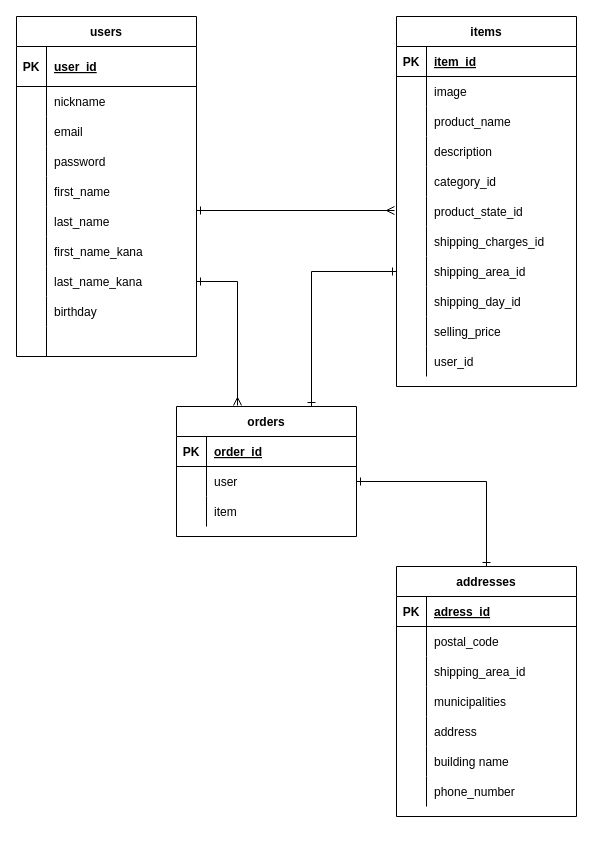
Before: page "ページ1" (1 of 2) of public/furima.dio in toshi-1009/furima-35041, a draw.io diagram. Source tidied: cells renumbered, new cells numbered last; positions are measured from the earlier drawing's top-left corner, leaving out a move shared by most shapes. Both pictures are drawn from the tidied source at 100%, with x=0, y=0 at pixel (16, 16).
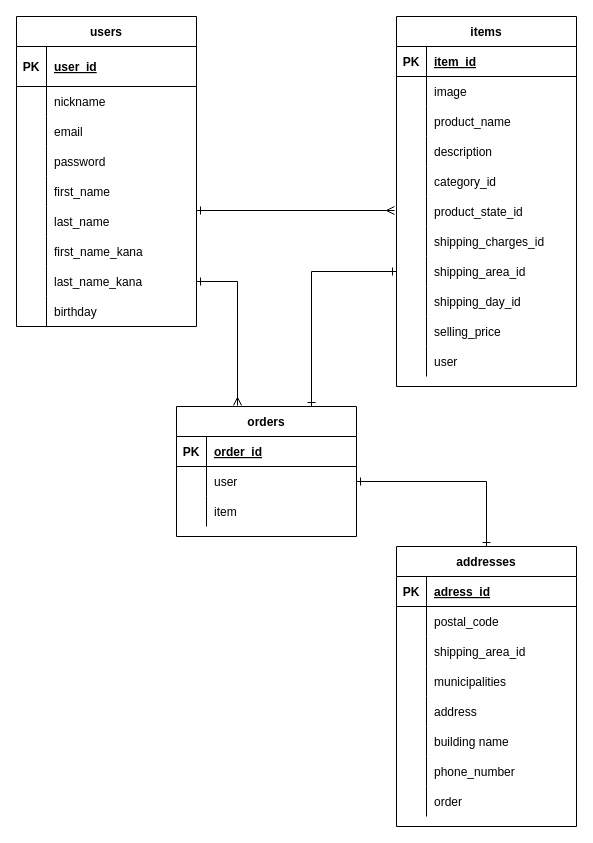
The same page after the edit.

The change refers to these unchanged cells:
```xml
<mxCell id="65" style="shape=partialRectangle;fillColor=none;top=0;left=0;bottom=0;right=0;" parent="34" vertex="1">
  <mxGeometry y="330" width="180" height="30" as="geometry" />
</mxCell>
```

Change to the diagram source:
```diff
@@
     <mxCell id="3" value="users" style="shape=table;startSize=30;childLayout=tableLayout;rowLines=0;fontStyle=1;align=center;" parent="1" vertex="1">
-      <mxGeometry width="180" height="340" as="geometry" />
+      <mxGeometry width="180" height="310" as="geometry" />
     </mxCell>
@@
-    <mxCell id="31" style="shape=partialRectangle;fillColor=none;top=0;left=0;bottom=0;right=0;" parent="3" vertex="1">
-      <mxGeometry y="310" width="180" height="30" as="geometry" />
-    </mxCell>
-    <mxCell id="32" style="shape=partialRectangle;fillColor=none;top=0;left=0;bottom=0;right=0;overflow=hidden;" parent="31" vertex="1">
-      <mxGeometry width="30" height="30" as="geometry" />
-    </mxCell>
-    <mxCell id="33" style="shape=partialRectangle;fillColor=none;top=0;left=0;bottom=0;right=0;align=left;spacingLeft=6;overflow=hidden;" parent="31" vertex="1">
-      <mxGeometry x="30" width="150" height="30" as="geometry" />
-    </mxCell>
@@
-    <mxCell id="67" value="user_id" style="shape=partialRectangle;fillColor=none;top=0;left=0;bottom=0;right=0;align=left;spacingLeft=6;overflow=hidden;" parent="65" vertex="1">
+    <mxCell id="67" value="user" style="shape=partialRectangle;fillColor=none;top=0;left=0;bottom=0;right=0;align=left;spacingLeft=6;overflow=hidden;" parent="65" vertex="1">
       <mxGeometry x="30" width="150" height="30" as="geometry" />
     </mxCell>
@@
     <mxCell id="78" value="addresses" style="shape=table;startSize=30;childLayout=tableLayout;rowLines=0;fontStyle=1;align=center;" parent="1" vertex="1">
-      <mxGeometry x="380" y="550" width="180" height="250" as="geometry" />
+      <mxGeometry x="380" y="530" width="180" height="280" as="geometry" />
     </mxCell>
@@
+    <mxCell id="103" style="shape=partialRectangle;fillColor=none;top=0;left=0;bottom=0;right=0;" parent="78" vertex="1">
+      <mxGeometry y="240" width="180" height="30" as="geometry" />
+    </mxCell>
+    <mxCell id="32" style="shape=partialRectangle;fillColor=none;top=0;left=0;bottom=0;right=0;overflow=hidden;" parent="103" vertex="1">
+      <mxGeometry width="30" height="30" as="geometry" />
+    </mxCell>
+    <mxCell id="104" value="order" style="shape=partialRectangle;fillColor=none;top=0;left=0;bottom=0;right=0;align=left;spacingLeft=6;overflow=hidden;" parent="103" vertex="1">
+      <mxGeometry x="30" width="150" height="30" as="geometry" />
+    </mxCell>
```
